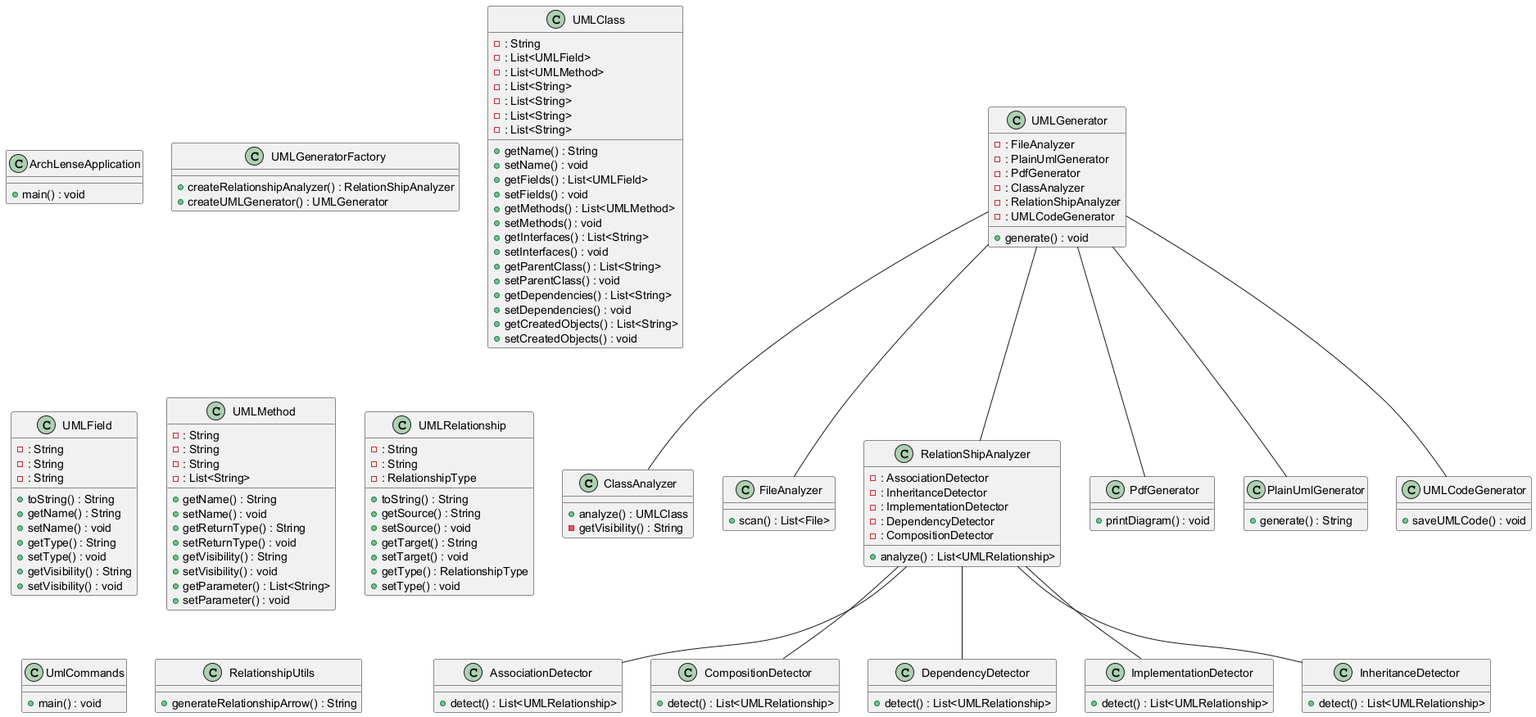
Above: diagram.png in sithija-sulochana/ArchLense (PlantUML), before the change.
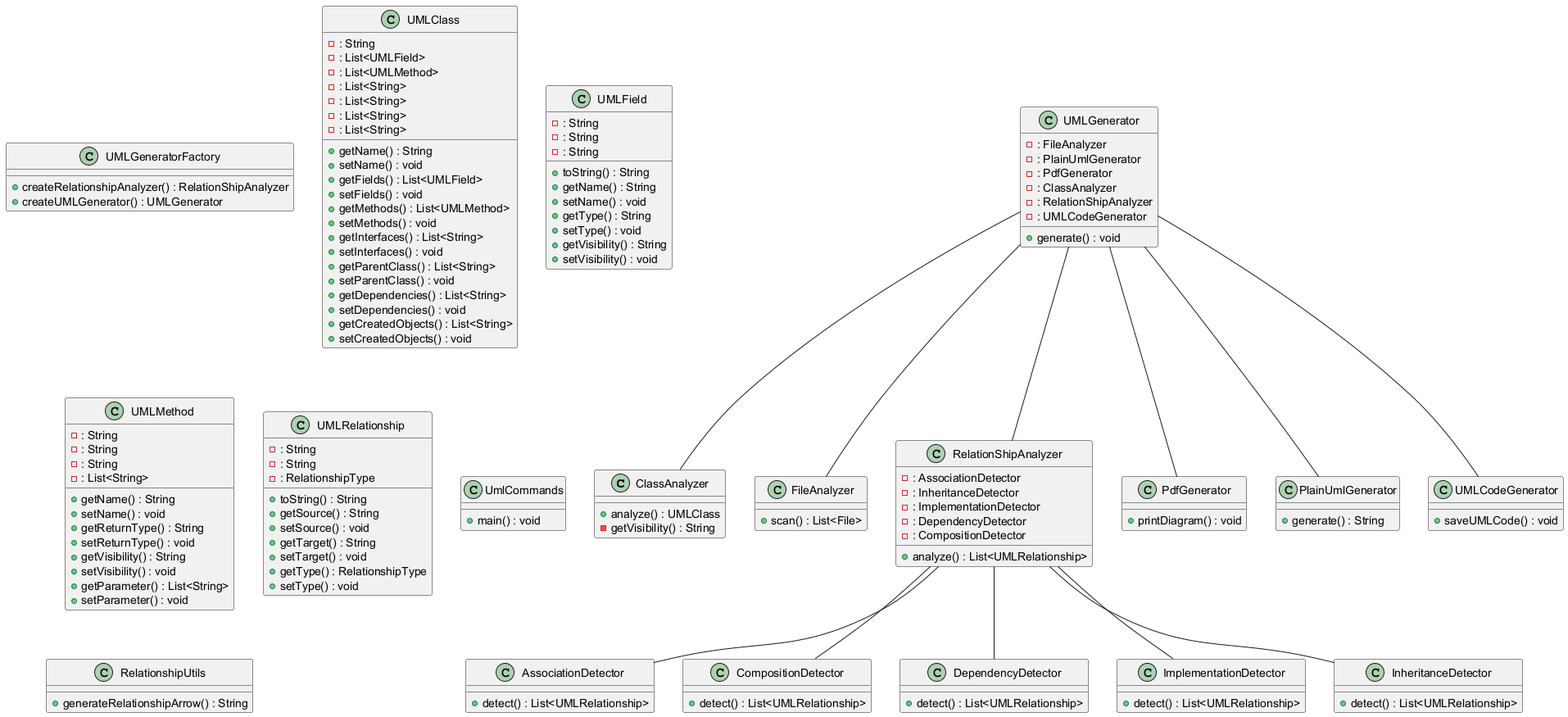
The same file after the commit.

Diff of the diagram source:
```diff
@@ -13,9 +13,6 @@
   - : DependencyDetector
   - : CompositionDetector
   + analyze() : List<UMLRelationship>
-}
-class ArchLenseApplication {
-  + main() : void
 }
 class AssociationDetector {
   + detect() : List<UMLRelationship>
@@ -121,15 +118,15 @@
 class RelationshipUtils {
   + generateRelationshipArrow() : String
 }
+RelationShipAnalyzer -- AssociationDetector
+RelationShipAnalyzer -- InheritanceDetector
 UMLGenerator -- FileAnalyzer
+RelationShipAnalyzer -- CompositionDetector
+UMLGenerator -- PlainUmlGenerator
+UMLGenerator -- UMLCodeGenerator
+UMLGenerator -- PdfGenerator
+UMLGenerator -- RelationShipAnalyzer
 RelationShipAnalyzer -- DependencyDetector
-RelationShipAnalyzer -- InheritanceDetector
-UMLGenerator -- PdfGenerator
-RelationShipAnalyzer -- AssociationDetector
-UMLGenerator -- PlainUmlGenerator
-UMLGenerator -- RelationShipAnalyzer
 RelationShipAnalyzer -- ImplementationDetector
 UMLGenerator -- ClassAnalyzer
-UMLGenerator -- UMLCodeGenerator
-RelationShipAnalyzer -- CompositionDetector
 @enduml
```
